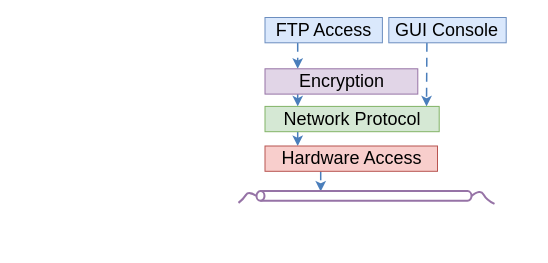
The draw.io diagram architecture/architecturalStyles/layered/what/images/layeredExamples.drawio in se-edu/se-book, before the edit. Source tidied: cells renumbered, new cells numbered last; positions are measured from the earlier drawing's top-left corner, leaving out a move shared by most shapes. Both pictures are drawn from the tidied source at 100%, with x=0, y=0 at pixel (238, 17).
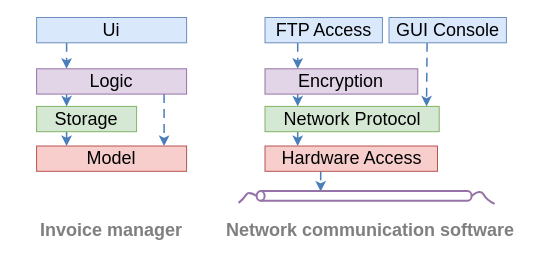
After the change.

Change to the diagram source:
```diff
@@
+    <mxCell id="15" style="exitX=0.2;exitY=1;exitDx=0;exitDy=0;entryX=0.2;entryY=0;entryDx=0;entryDy=0;edgeStyle=none;html=1;rounded=0;dashed=1;dashPattern=6 4;strokeColor=#4A7EBB;strokeWidth=1.5;endArrow=classic;endFill=1;endSize=6;" parent="1" edge="1" source="19" target="20">
+      <mxGeometry relative="1" as="geometry" />
+    </mxCell>
+    <mxCell id="16" style="exitX=0.2;exitY=1;exitDx=0;exitDy=0;entryX=0.3;entryY=0;entryDx=0;entryDy=0;edgeStyle=none;html=1;rounded=0;dashed=1;dashPattern=6 4;strokeColor=#4A7EBB;strokeWidth=1.5;endArrow=classic;endFill=1;endSize=6;" parent="1" edge="1" source="20" target="21">
+      <mxGeometry relative="1" as="geometry" />
+    </mxCell>
+    <mxCell id="17" style="exitX=0.85;exitY=1;exitDx=0;exitDy=0;entryX=0.85;entryY=0;entryDx=0;entryDy=0;edgeStyle=none;html=1;rounded=0;dashed=1;dashPattern=6 4;strokeColor=#4A7EBB;strokeWidth=1.5;endArrow=classic;endFill=1;endSize=6;" parent="1" edge="1" source="20" target="22">
+      <mxGeometry relative="1" as="geometry" />
+    </mxCell>
+    <mxCell id="18" style="exitX=0.3;exitY=1;exitDx=0;exitDy=0;entryX=0.2;entryY=0;entryDx=0;entryDy=0;edgeStyle=none;html=1;rounded=0;dashed=1;dashPattern=6 4;strokeColor=#4A7EBB;strokeWidth=1.5;endArrow=classic;endFill=1;endSize=6;" parent="1" edge="1" source="21" target="22">
+      <mxGeometry relative="1" as="geometry" />
+    </mxCell>
+    <mxCell id="19" value="Ui" style="rounded=0;whiteSpace=wrap;html=0;fillColor=#dae8fc;strokeColor=#6c8ebf;fontColor=#000000;fontSize=18;fontFamily=Helvetica;" parent="1" vertex="1">
+      <mxGeometry x="-201.9" width="150" height="25.3" as="geometry" />
+    </mxCell>
+    <mxCell id="20" value="Logic" style="rounded=0;whiteSpace=wrap;html=0;fillColor=#e1d5e7;strokeColor=#9673a6;fontColor=#000000;fontSize=18;fontFamily=Helvetica;" parent="1" vertex="1">
+      <mxGeometry x="-201.9" y="51.3" width="150" height="25.3" as="geometry" />
+    </mxCell>
+    <mxCell id="21" value="Storage" style="rounded=0;whiteSpace=wrap;html=0;fillColor=#d5e8d4;strokeColor=#82b366;fontColor=#000000;fontSize=18;fontFamily=Helvetica;" parent="1" vertex="1">
+      <mxGeometry x="-201.9" y="88.9" width="100" height="25.3" as="geometry" />
+    </mxCell>
+    <mxCell id="22" value="Model" style="rounded=0;whiteSpace=wrap;html=0;fillColor=#f8cecc;strokeColor=#b85450;fontColor=#000000;fontSize=18;fontFamily=Helvetica;" parent="1" vertex="1">
+      <mxGeometry x="-201.9" y="128.5" width="150" height="25.3" as="geometry" />
+    </mxCell>
@@
     <mxCell id="8" value="GUI Console" style="rounded=0;whiteSpace=wrap;html=0;fillColor=#dae8fc;strokeColor=#6c8ebf;fontColor=#000000;fontSize=18;fontFamily=Helvetica;" parent="1" vertex="1">
-      <mxGeometry x="150.3" width="117.4" height="25.3" as="geometry" />
+      <mxGeometry x="150.5" width="117.4" height="25.3" as="geometry" />
     </mxCell>
@@
     <mxCell id="12" style="shape=cylinder3;whiteSpace=wrap;html=1;boundedLbl=1;backgroundOutline=1;size=4;direction=north;fillColor=none;strokeColor=#9673a6;strokeWidth=2;" parent="1" vertex="1">
-      <mxGeometry x="18" y="173.6" width="215" height="9.7" as="geometry" />
+      <mxGeometry x="18.1" y="173.6" width="215" height="9.7" as="geometry" />
     </mxCell>
     <mxCell id="13" style="curved=1;endArrow=none;html=1;rounded=0;strokeColor=#9673a6;strokeWidth=2;" parent="1" edge="1">
       <mxGeometry relative="1" as="geometry">
-        <mxPoint x="18" y="178.4" as="sourcePoint" />
-        <mxPoint y="185.4" as="targetPoint" />
+        <mxPoint x="18.1" y="178.4" as="sourcePoint" />
+        <mxPoint x="0.1" y="185.4" as="targetPoint" />
         <Array as="points">
-          <mxPoint x="10" y="173.4" />
-          <mxPoint x="5" y="181.4" />
+          <mxPoint x="10.1" y="173.4" />
+          <mxPoint x="5.1" y="181.4" />
         </Array>
       </mxGeometry>
     </mxCell>
     <mxCell id="14" style="curved=1;endArrow=none;html=1;rounded=0;strokeColor=#9673a6;strokeWidth=2;" parent="1" edge="1">
       <mxGeometry relative="1" as="geometry">
-        <mxPoint x="233" y="178.4" as="sourcePoint" />
-        <mxPoint x="256" y="186.4" as="targetPoint" />
+        <mxPoint x="233.1" y="178.4" as="sourcePoint" />
+        <mxPoint x="256.1" y="186.4" as="targetPoint" />
         <Array as="points">
-          <mxPoint x="242" y="171.4" />
-          <mxPoint x="248" y="182.4" />
+          <mxPoint x="242.1" y="171.4" />
+          <mxPoint x="248.1" y="182.4" />
         </Array>
       </mxGeometry>
     </mxCell>
+    <mxCell id="23" value="Invoice manager" style="text;html=1;strokeColor=none;fillColor=none;align=center;verticalAlign=middle;whiteSpace=wrap;rounded=0;fontColor=#7F7F7F;fontSize=18;fontStyle=1;fontFamily=Helvetica;" parent="1" vertex="1">
+      <mxGeometry x="-221.9" y="198" width="190" height="30" as="geometry" />
+    </mxCell>
+    <mxCell id="24" value="Network communication software" style="text;html=1;strokeColor=none;fillColor=none;align=center;verticalAlign=middle;whiteSpace=wrap;rounded=0;fontColor=#7F7F7F;fontSize=18;fontStyle=1;fontFamily=Helvetica;" parent="1" vertex="1">
+      <mxGeometry x="-27.9" y="198" width="320" height="30" as="geometry" />
+    </mxCell>
```
